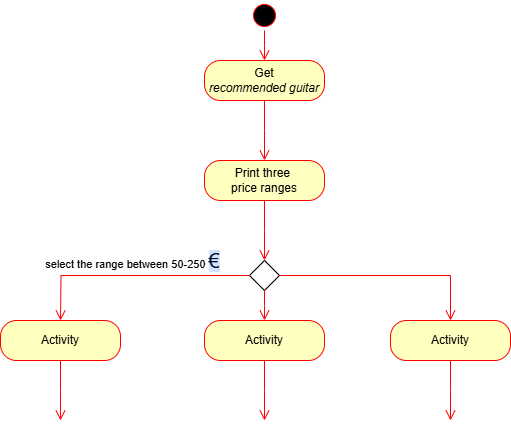
Before: ActivityDiagramM.drawio.png, a diagram exported from draw.io (TizianoLilli/ISPW-Project). Source tidied: cells renumbered, new cells last; positions are measured from the earlier drawing's top-left corner, leaving out a move shared by most shapes.
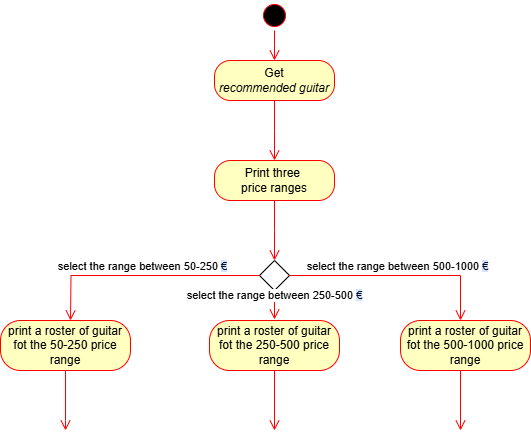
After the commit.

Change to the diagram source:
```diff
@@ -29,7 +29,7 @@
     <mxCell id="8" style="rhombus;whiteSpace=wrap;html=1;" parent="1" vertex="1">
       <mxGeometry x="249" y="260" width="30" height="30" as="geometry" />
     </mxCell>
-    <mxCell id="9" style="edgeStyle=orthogonalEdgeStyle;html=1;verticalAlign=bottom;endArrow=open;endSize=8;strokeColor=#ff0000;rounded=0;exitX=1;exitY=0.5;exitDx=0;exitDy=0;" parent="1" edge="1" source="8">
+    <mxCell id="9" value="select the range between 500-1000&amp;nbsp;&lt;span style=&quot;text-wrap-mode: wrap; background-image: linear-gradient(90deg, rgb(211, 227, 253) 50%, rgba(0, 0, 0, 0) 50%); background-position: 0% 0px; background-size: 200% 100%; background-repeat: no-repeat; background-attachment: initial; background-origin: initial; background-clip: initial; color: rgb(4, 12, 40); animation: 0.75s cubic-bezier(0.05, 0.7, 0.1, 1) 0.25s 1 normal forwards running highlight; text-align: left;&quot;&gt;€&lt;/span&gt;" style="edgeStyle=orthogonalEdgeStyle;html=1;verticalAlign=bottom;endArrow=open;endSize=8;strokeColor=#ff0000;rounded=0;exitX=1;exitY=0.5;exitDx=0;exitDy=0;" parent="1" edge="1" source="8">
       <mxGeometry relative="1" as="geometry">
         <mxPoint x="450" y="320" as="targetPoint" />
         <Array as="points">
@@ -38,39 +38,45 @@
         </Array>
       </mxGeometry>
     </mxCell>
-    <mxCell id="10" value="Activity" style="rounded=1;whiteSpace=wrap;html=1;arcSize=40;fontColor=#000000;fillColor=#ffffc0;strokeColor=#ff0000;" parent="1" vertex="1">
-      <mxGeometry x="390" y="320" width="120" height="40" as="geometry" />
-    </mxCell>
-    <mxCell id="11" style="edgeStyle=orthogonalEdgeStyle;html=1;verticalAlign=bottom;endArrow=open;endSize=8;strokeColor=#ff0000;rounded=0;" parent="1" edge="1" source="10">
+    <mxCell id="11" style="edgeStyle=orthogonalEdgeStyle;html=1;verticalAlign=bottom;endArrow=open;endSize=8;strokeColor=#ff0000;rounded=0;" parent="1" edge="1">
       <mxGeometry relative="1" as="geometry">
-        <mxPoint x="450" y="420" as="targetPoint" />
+        <mxPoint x="450" y="360" as="sourcePoint" />
+        <mxPoint x="450" y="430" as="targetPoint" />
       </mxGeometry>
     </mxCell>
-    <mxCell id="12" style="edgeStyle=orthogonalEdgeStyle;html=1;verticalAlign=bottom;endArrow=open;endSize=8;strokeColor=#ff0000;rounded=0;exitX=0.5;exitY=1;exitDx=0;exitDy=0;" parent="1" edge="1" source="8">
+    <mxCell id="12" value="select the range between 250-500&amp;nbsp;&lt;span style=&quot;text-wrap-mode: wrap; background-image: linear-gradient(90deg, rgb(211, 227, 253) 50%, rgba(0, 0, 0, 0) 50%); background-position: 0% 0px; background-size: 200% 100%; background-repeat: no-repeat; background-attachment: initial; background-origin: initial; background-clip: initial; color: rgb(4, 12, 40); animation: 0.75s cubic-bezier(0.05, 0.7, 0.1, 1) 0.25s 1 normal forwards running highlight; text-align: left;&quot;&gt;€&lt;/span&gt;" style="edgeStyle=orthogonalEdgeStyle;html=1;verticalAlign=bottom;endArrow=open;endSize=8;strokeColor=#ff0000;rounded=0;exitX=0.5;exitY=1;exitDx=0;exitDy=0;" parent="1" edge="1">
       <mxGeometry relative="1" as="geometry">
-        <mxPoint x="264" y="320" as="targetPoint" />
+        <mxPoint x="264" y="289" as="sourcePoint" />
+        <mxPoint x="264" y="319" as="targetPoint" />
       </mxGeometry>
     </mxCell>
-    <mxCell id="13" value="Activity" style="rounded=1;whiteSpace=wrap;html=1;arcSize=40;fontColor=#000000;fillColor=#ffffc0;strokeColor=#ff0000;" parent="1" vertex="1">
-      <mxGeometry x="204" y="320" width="120" height="40" as="geometry" />
-    </mxCell>
-    <mxCell id="14" style="edgeStyle=orthogonalEdgeStyle;html=1;verticalAlign=bottom;endArrow=open;endSize=8;strokeColor=#ff0000;rounded=0;" parent="1" edge="1" source="13">
+    <mxCell id="14" style="edgeStyle=orthogonalEdgeStyle;html=1;verticalAlign=bottom;endArrow=open;endSize=8;strokeColor=#ff0000;rounded=0;" parent="1" edge="1">
       <mxGeometry relative="1" as="geometry">
-        <mxPoint x="264" y="420" as="targetPoint" />
+        <mxPoint x="264" y="360" as="sourcePoint" />
+        <mxPoint x="264" y="430" as="targetPoint" />
       </mxGeometry>
     </mxCell>
-    <mxCell id="15" value="select the range between 50-250&amp;nbsp;&lt;span style=&quot;background-image: linear-gradient(90deg, rgb(211, 227, 253) 50%, rgba(0, 0, 0, 0) 50%); background-position: 0% 0px; background-size: 200% 100%; background-repeat: no-repeat; background-attachment: initial; background-origin: initial; background-clip: initial; color: rgb(4, 12, 40); animation: 0.75s cubic-bezier(0.05, 0.7, 0.1, 1) 0.25s 1 normal forwards running highlight; font-family: &amp;quot;Google Sans&amp;quot;, Arial, sans-serif; font-size: 20px; text-align: left; text-wrap-mode: wrap;&quot;&gt;€&lt;/span&gt;" style="edgeStyle=orthogonalEdgeStyle;html=1;verticalAlign=bottom;endArrow=open;endSize=8;strokeColor=#ff0000;rounded=0;exitX=0;exitY=0.5;exitDx=0;exitDy=0;" parent="1" edge="1" source="8">
+    <mxCell id="15" value="select the range between 50-250&amp;nbsp;&lt;span style=&quot;background-image: linear-gradient(90deg, rgb(211, 227, 253) 50%, rgba(0, 0, 0, 0) 50%); background-position: 0% 0px; background-size: 200% 100%; background-repeat: no-repeat; background-attachment: initial; background-origin: initial; background-clip: initial; color: rgb(4, 12, 40); animation: 0.75s cubic-bezier(0.05, 0.7, 0.1, 1) 0.25s 1 normal forwards running highlight; text-align: left; text-wrap-mode: wrap; background-color: rgb(255, 255, 255);&quot;&gt;&lt;font style=&quot;font-size: 11px;&quot;&gt;€&lt;/font&gt;&lt;/span&gt;" style="edgeStyle=orthogonalEdgeStyle;html=1;verticalAlign=bottom;endArrow=open;endSize=8;strokeColor=#ff0000;rounded=0;exitX=0;exitY=0.5;exitDx=0;exitDy=0;" parent="1" edge="1" source="8">
       <mxGeometry relative="1" as="geometry">
         <mxPoint x="60" y="320" as="targetPoint" />
       </mxGeometry>
     </mxCell>
-    <mxCell id="16" value="Activity" style="rounded=1;whiteSpace=wrap;html=1;arcSize=40;fontColor=#000000;fillColor=#ffffc0;strokeColor=#ff0000;" parent="1" vertex="1">
-      <mxGeometry y="320" width="120" height="40" as="geometry" />
+    <mxCell id="16" value="print a roster of guitar fot the 50-250 price range" style="rounded=1;whiteSpace=wrap;html=1;arcSize=40;fontColor=#000000;fillColor=#ffffc0;strokeColor=#ff0000;" parent="1" vertex="1">
+      <mxGeometry x="-10" y="320" width="130" height="50" as="geometry" />
     </mxCell>
     <mxCell id="17" style="edgeStyle=orthogonalEdgeStyle;html=1;verticalAlign=bottom;endArrow=open;endSize=8;strokeColor=#ff0000;rounded=0;" parent="1" edge="1" source="16">
       <mxGeometry relative="1" as="geometry">
-        <mxPoint x="60" y="420" as="targetPoint" />
+        <mxPoint x="55" y="430" as="targetPoint" />
+        <Array as="points">
+          <mxPoint x="55" y="420" />
+        </Array>
       </mxGeometry>
     </mxCell>
+    <mxCell id="18" value="print a roster of guitar fot the 250-500 price range" style="rounded=1;whiteSpace=wrap;html=1;arcSize=40;fontColor=#000000;fillColor=#ffffc0;strokeColor=#ff0000;" parent="1" vertex="1">
+      <mxGeometry x="199" y="320" width="130" height="50" as="geometry" />
+    </mxCell>
+    <mxCell id="19" value="print a roster of guitar fot the 500-1000 price range" style="rounded=1;whiteSpace=wrap;html=1;arcSize=40;fontColor=#000000;fillColor=#ffffc0;strokeColor=#ff0000;" parent="1" vertex="1">
+      <mxGeometry x="390" y="320" width="130" height="50" as="geometry" />
+    </mxCell>
   </root>
 </mxGraphModel>
```
